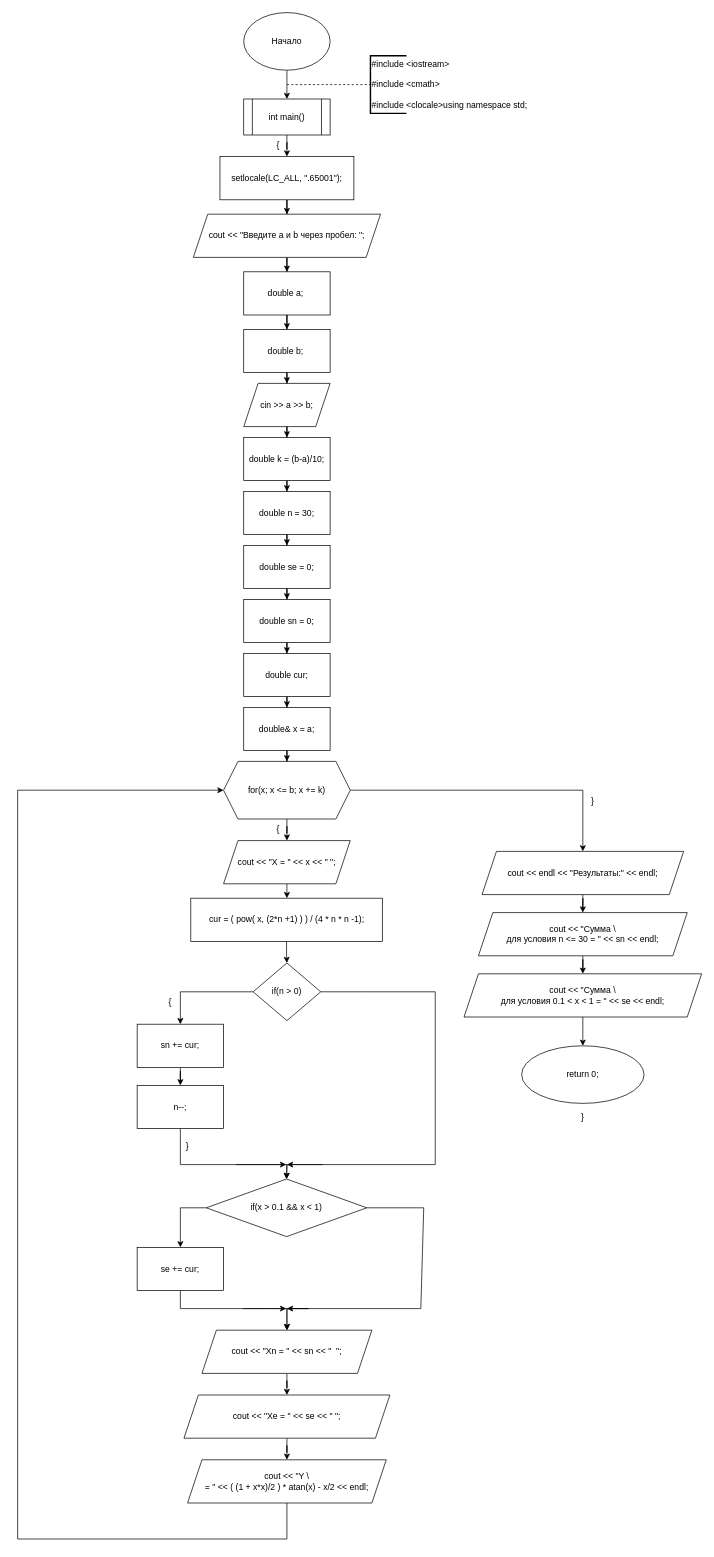
NazarovPavelAlekseevich/Labs_PSTU_NazarovPavelAlekseevich keeps this draw.io diagram as bacalour/1 course/1 sem/lab 3/lab_3.drawio. Above is the earlier version. Source tidied: cells renumbered, new cells numbered last; positions are measured from the earlier drawing's top-left corner, leaving out a move shared by most shapes. Both pictures are drawn from the tidied source at 72%, with x=0, y=0 at pixel (17, 12).
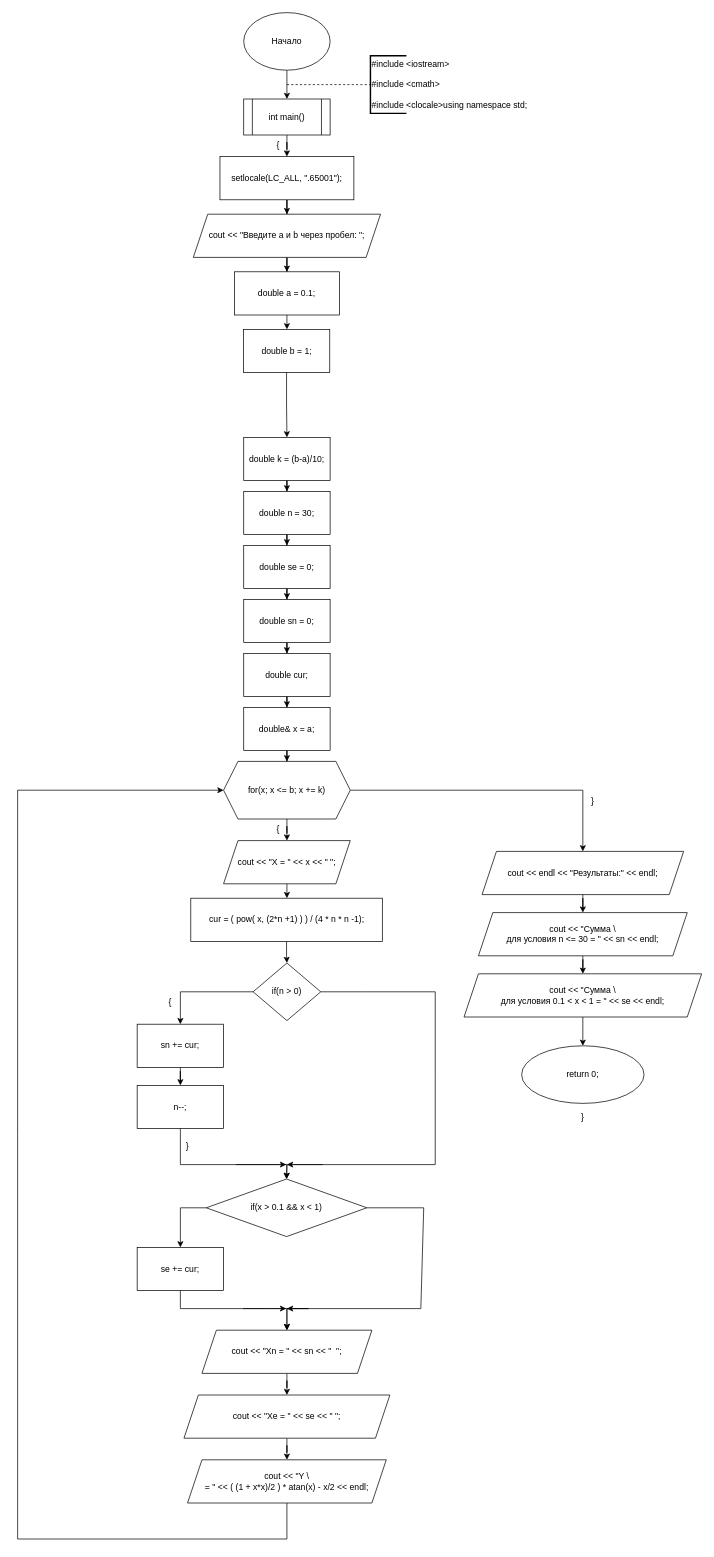
Above is the later version.

Unchanged cells that the change refers to:
```xml
<mxCell id="19" value="double k = (b-a)/10;" style="whiteSpace=wrap;strokeWidth=1;html=1;" parent="1" vertex="1">
  <mxGeometry x="314" y="590" width="120" height="60" as="geometry" />
</mxCell>
```

Diff of the diagram source:
```diff
@@
-    <mxCell id="13" value="double a; " style="whiteSpace=wrap;strokeWidth=1;html=1;" parent="1" vertex="1">
-      <mxGeometry x="314" y="360" width="120" height="60" as="geometry" />
+    <mxCell id="13" value="double a = 0.1;" style="whiteSpace=wrap;strokeWidth=1;fillColor=default;" parent="1" vertex="1">
+      <mxGeometry x="301" y="360" width="146" height="60" as="geometry" />
     </mxCell>
-    <mxCell id="14" style="edgeStyle=orthogonalEdgeStyle;rounded=0;jettySize=auto;html=1;" parent="1" edge="1" source="15" target="17">
-      <mxGeometry relative="1" as="geometry" />
-    </mxCell>
-    <mxCell id="15" value="double b; " style="whiteSpace=wrap;strokeWidth=1;html=1;" parent="1" vertex="1">
-      <mxGeometry x="314" y="440" width="120" height="60" as="geometry" />
+    <mxCell id="15" value="double b = 1;" style="whiteSpace=wrap;strokeWidth=1;" parent="1" vertex="1">
+      <mxGeometry x="313.5" y="440" width="120" height="60" as="geometry" />
     </mxCell>
-    <mxCell id="16" style="edgeStyle=orthogonalEdgeStyle;rounded=0;jettySize=auto;html=1;" parent="1" edge="1" source="17" target="19">
+    <mxCell id="16" style="edgeStyle=orthogonalEdgeStyle;rounded=0;jettySize=auto;html=1;exitX=0.5;exitY=1;exitDx=0;exitDy=0;" parent="1" edge="1" source="15" target="19">
       <mxGeometry relative="1" as="geometry" />
     </mxCell>
-    <mxCell id="17" value="cin &amp;gt;&amp;gt; a &amp;gt;&amp;gt; b;" style="shape=parallelogram;perimeter=parallelogramPerimeter;whiteSpace=wrap;shapeInside=1;fixedSize=1;strokeWidth=1;html=1;" parent="1" vertex="1">
-      <mxGeometry x="314" y="515" width="120" height="60" as="geometry" />
-    </mxCell>
```
